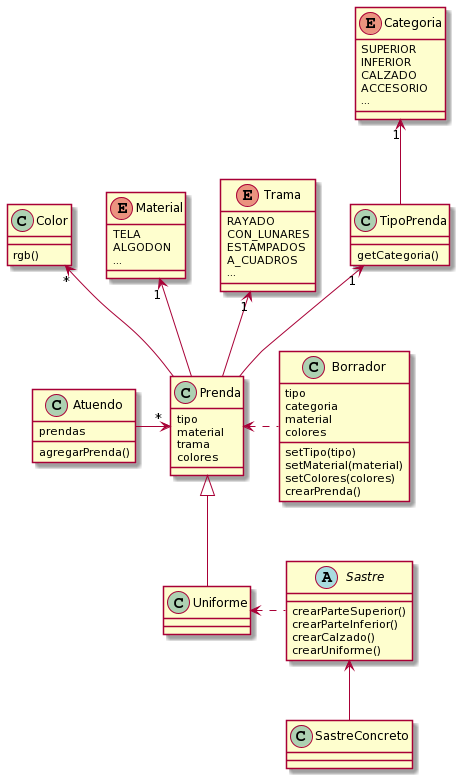
This is QMP2/diagrama.png from igonzalezmartin/QMP1, a PlantUML export, as it was before one commit.
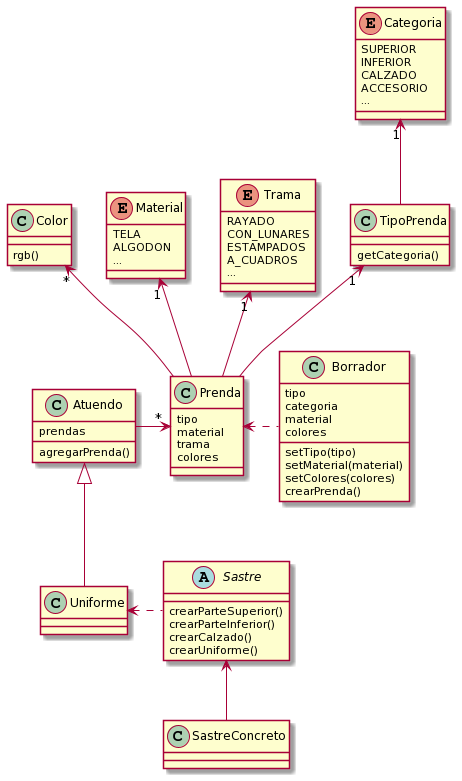
Above is the later version.

Commit message:
update diagrama, pseudocodigo

Diff of the diagram source:
```diff
@@ -82,7 +82,7 @@
 Prenda -up-> "*" Color
 TipoPrenda -up-> "1" Categoria
 
-Uniforme -up-|> Prenda
+Uniforme -up-|> Atuendo
 Sastre .left.> Uniforme
 SastreConcreto -up-> Sastre
 @enduml
```
